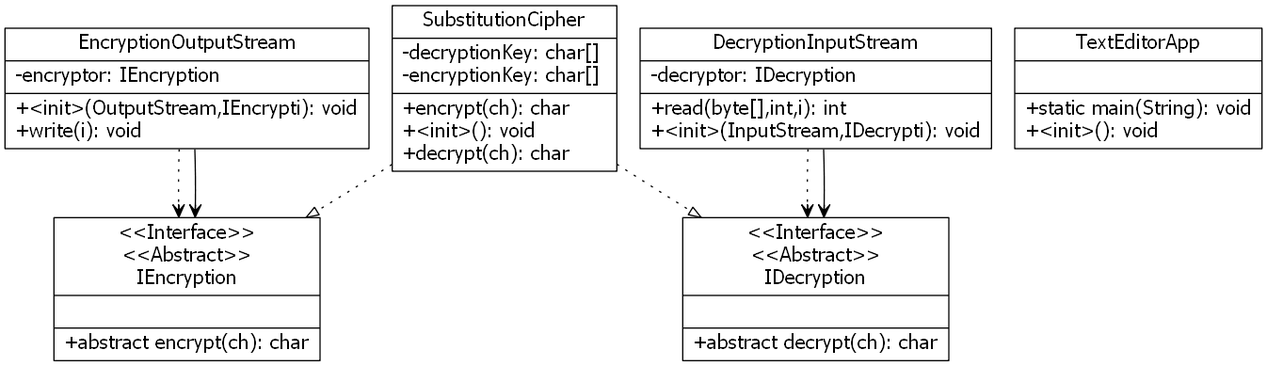
Maast3r/UMLMaker keeps this Graphviz diagram as src/lab2one.png. Above is the earlier version. Its source is kept beside it as src/lab2one.dot.
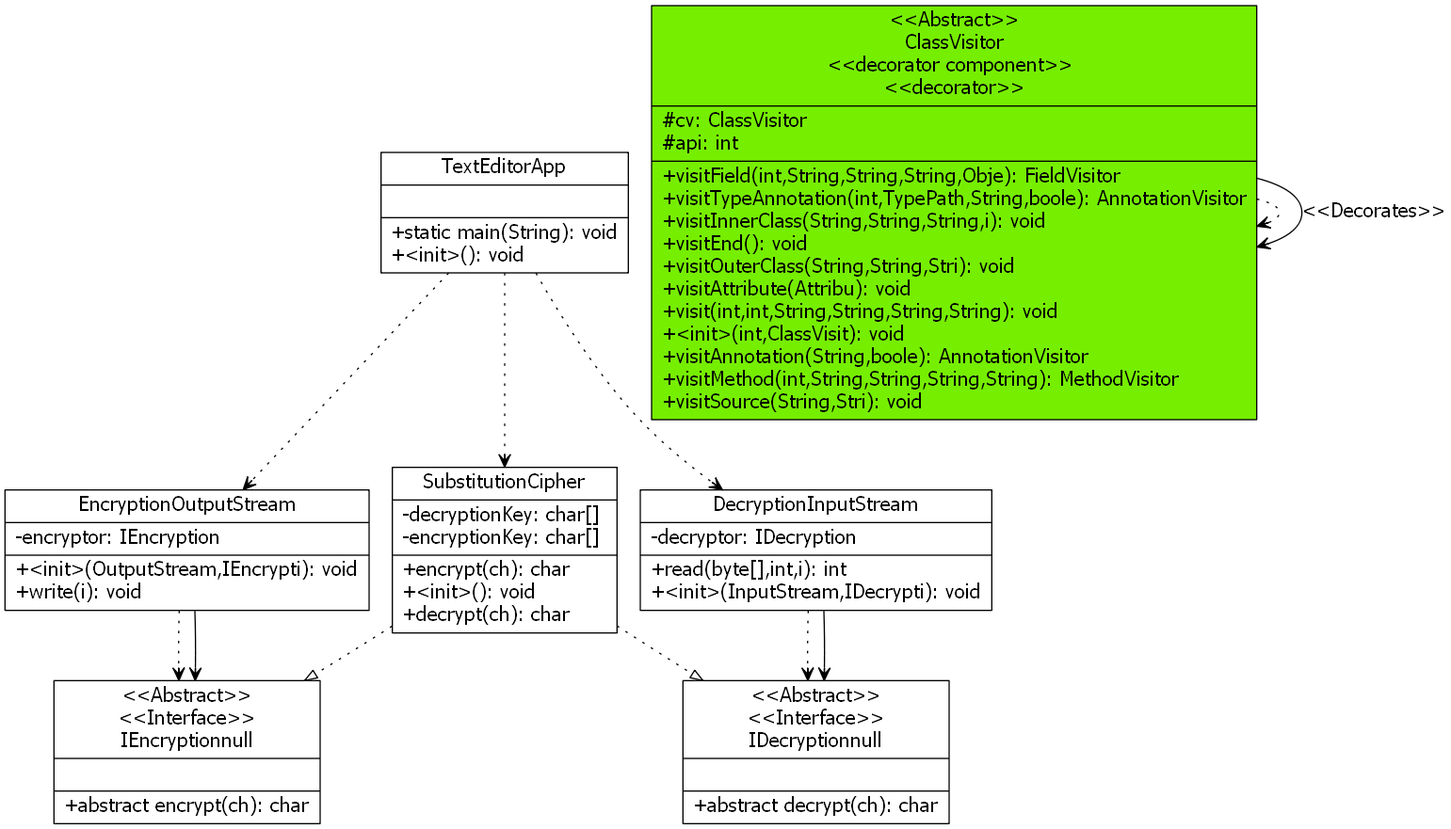
Later version of the same file.

The edit, as a diff of the source:
```diff
@@ -14,8 +14,8 @@
 ]
 IEncryption [
 center=true
-    label="{\<\<Interface\>\>\n\<\<Abstract\>\>\n
-IEncryption| | +abstract encrypt(ch): char\l}"color = black
+    label="{\<\<Abstract\>\>\n\<\<Interface\>\>\n
+IEncryptionnull| | +abstract encrypt(ch): char\l}"color = black
 style = filled
  fillcolor = white
 ]
@@ -24,42 +24,50 @@
     label="{
 EncryptionOutputStream|-encryptor: IEncryption \l | +\<init\>(OutputStream,IEncrypti): void\l+write(i): void\l}"color = black
 style = filled
- fillcolor = white
-]
+ fillcolor = white]
 SubstitutionCipher [
 center=true
     label="{
 SubstitutionCipher|-decryptionKey: char[] \l-encryptionKey: char[] \l | +encrypt(ch): char\l+\<init\>(): void\l+decrypt(ch): char\l}"color = black
 style = filled
- fillcolor = white
-]
+ fillcolor = white]
 DecryptionInputStream [
 center=true
     label="{
 DecryptionInputStream|-decryptor: IDecryption \l | +read(byte[],int,i): int\l+\<init\>(InputStream,IDecrypti): void\l}"color = black
 style = filled
+ fillcolor = white]
+IDecryption [
+center=true
+    label="{\<\<Abstract\>\>\n\<\<Interface\>\>\n
+IDecryptionnull| | +abstract decrypt(ch): char\l}"color = black
+style = filled
  fillcolor = white
 ]
-IDecryption [
+ClassVisitor [
 center=true
-    label="{\<\<Interface\>\>\n\<\<Abstract\>\>\n
-IDecryption| | +abstract decrypt(ch): char\l}"color = black
+    label="{\<\<Abstract\>\>\n
+ClassVisitor\n\<\<decorator component\>\> \n\<\<decorator\>\>|#cv: ClassVisitor \l#api: int \l | +visitField(int,String,String,String,Obje): FieldVisitor\l+visitTypeAnnotation(int,TypePath,String,boole): AnnotationVisitor\l+visitInnerClass(String,String,String,i): void\l+visitEnd(): void\l+visitOuterClass(String,String,Stri): void\l+visitAttribute(Attribu): void\l+visit(int,int,String,String,String,String): void\l+\<init\>(int,ClassVisit): void\l+visitAnnotation(String,boole): AnnotationVisitor\l+visitMethod(int,String,String,String,String): MethodVisitor\l+visitSource(String,Stri): void\l}"color = black
 style = filled
- fillcolor = white
+ fillcolor = chartreuse2
 ]
 TextEditorApp [
 center=true
     label="{
 TextEditorApp| | +static main(String): void\l+\<init\>(): void\l}"color = black
 style = filled
- fillcolor = white
-]
+ fillcolor = white]
 EncryptionOutputStream -> IEncryption[arrowhead = vee, style = dotted]
 EncryptionOutputStream -> IEncryption[arrowhead = vee]
 SubstitutionCipher -> IDecryption[arrowhead = onormal,style = dotted]
 SubstitutionCipher -> IEncryption[arrowhead = onormal,style = dotted]
 DecryptionInputStream -> IDecryption[arrowhead = vee, style = dotted]
 DecryptionInputStream -> IDecryption[arrowhead = vee]
+ClassVisitor -> ClassVisitor[arrowhead = vee, style = dotted]
+ClassVisitor -> ClassVisitor [arrowhead = vee,label="\<\<Decorates\>\>"]
+TextEditorApp -> DecryptionInputStream[arrowhead = vee, style = dotted]
+TextEditorApp -> SubstitutionCipher[arrowhead = vee, style = dotted]
+TextEditorApp -> EncryptionOutputStream[arrowhead = vee, style = dotted]
 
 
 }
```
